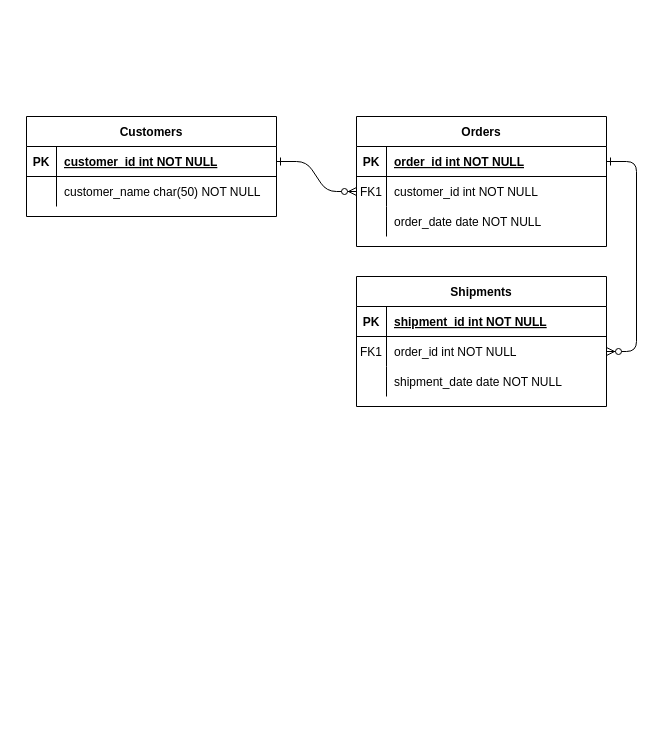
This is lighthousebnb.drawio from jkadman/SQL_diagrams, a draw.io file, before an edit. Source tidied: cells renumbered, new cells numbered last; positions are measured from the earlier drawing's top-left corner, leaving out a move shared by most shapes. Both pictures are drawn from the tidied source at 100%, with x=0, y=0 at pixel (26, 116).
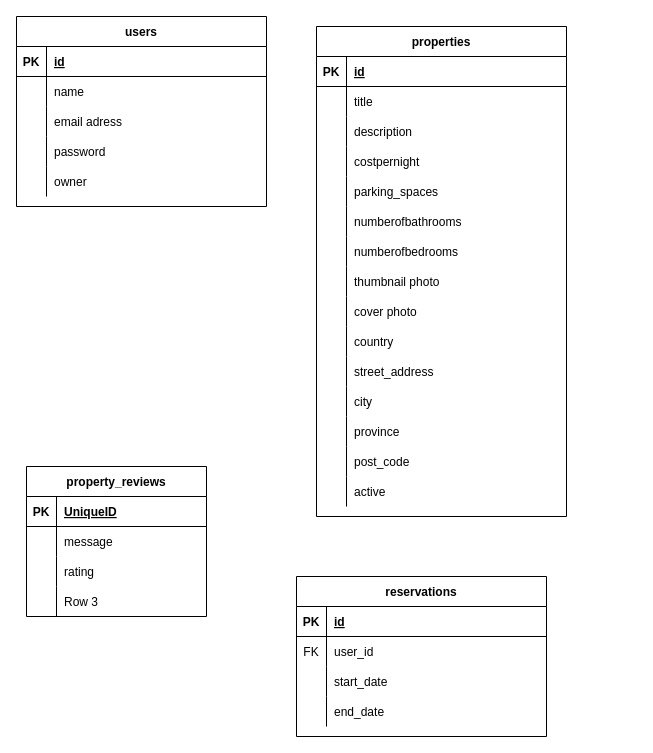
Above is the later version.

The change refers to these unchanged cells:
```xml
<mxCell id="5" style="shape=partialRectangle;fillColor=none;points=[[0,0.5],[1,0.5]];portConstraint=eastwest;top=0;left=0;right=0;bottom=1;" parent="4" vertex="1">
  <mxGeometry y="30" width="250" height="30" as="geometry" />
</mxCell>
<mxCell id="8" style="shape=partialRectangle;fillColor=none;points=[[0,0.5],[1,0.5]];portConstraint=eastwest;top=0;left=0;right=0;bottom=0;" parent="4" vertex="1">
  <mxGeometry y="60" width="250" height="30" as="geometry" />
</mxCell>
<mxCell id="11" style="shape=partialRectangle;fillColor=none;top=0;left=0;right=0;bottom=0;" parent="4" vertex="1">
  <mxGeometry y="90" width="250" height="30" as="geometry" />
</mxCell>
<mxCell id="15" style="shape=partialRectangle;fillColor=none;top=0;left=0;right=0;bottom=1;" parent="14" vertex="1">
  <mxGeometry y="30" width="250" height="30" as="geometry" />
</mxCell>
<mxCell id="25" style="shape=partialRectangle;fillColor=none;points=[[0,0.5],[1,0.5]];portConstraint=eastwest;top=0;left=0;right=0;bottom=1;" parent="24" vertex="1">
  <mxGeometry y="30" width="250" height="30" as="geometry" />
</mxCell>
```

Change to the diagram source:
```diff
@@
-    <mxCell id="2" style="edgeStyle=entityRelationEdgeStyle;endArrow=ERzeroToMany;startArrow=ERone;endFill=1;startFill=0;" parent="1" edge="1" source="25" target="8">
-      <mxGeometry relative="1" as="geometry" />
-    </mxCell>
-    <mxCell id="3" style="edgeStyle=entityRelationEdgeStyle;endArrow=ERzeroToMany;startArrow=ERone;endFill=1;startFill=0;" parent="1" edge="1" source="5" target="18">
-      <mxGeometry relative="1" as="geometry" />
-    </mxCell>
-    <mxCell id="4" value="Orders" style="shape=table;startSize=30;childLayout=tableLayout;rowLines=0;fontStyle=1;align=center;" parent="1" vertex="1">
-      <mxGeometry x="330" width="250" height="130" as="geometry" />
+    <mxCell id="4" value="properties" style="shape=table;startSize=30;childLayout=tableLayout;rowLines=0;fontStyle=1;align=center;" parent="1" vertex="1">
+      <mxGeometry x="290" y="-90" width="250" height="490" as="geometry" />
     </mxCell>
@@
-    <mxCell id="7" value="order_id int NOT NULL " style="shape=partialRectangle;overflow=hidden;fillColor=none;top=0;left=0;bottom=0;right=0;align=left;spacingLeft=6;fontStyle=5;" parent="5" vertex="1">
+    <mxCell id="7" value="id" style="shape=partialRectangle;overflow=hidden;fillColor=none;top=0;left=0;bottom=0;right=0;align=left;spacingLeft=6;fontStyle=5;" parent="5" vertex="1">
       <mxGeometry x="30" width="220" height="30" as="geometry" />
     </mxCell>
@@
-    <mxCell id="9" value="FK1" style="shape=partialRectangle;overflow=hidden;fillColor=none;top=0;left=0;bottom=0;right=0;" parent="8" vertex="1">
+    <mxCell id="9" style="shape=partialRectangle;overflow=hidden;fillColor=none;top=0;left=0;bottom=0;right=0;" parent="8" vertex="1">
       <mxGeometry width="30" height="30" as="geometry" />
     </mxCell>
-    <mxCell id="10" value="customer_id int NOT NULL" style="shape=partialRectangle;overflow=hidden;fillColor=none;top=0;left=0;bottom=0;right=0;align=left;spacingLeft=6;" parent="8" vertex="1">
+    <mxCell id="10" value="title" style="shape=partialRectangle;overflow=hidden;fillColor=none;top=0;left=0;bottom=0;right=0;align=left;spacingLeft=6;" parent="8" vertex="1">
       <mxGeometry x="30" width="220" height="30" as="geometry" />
     </mxCell>
@@
-    <mxCell id="13" value="order_date date NOT NULL" style="shape=partialRectangle;overflow=hidden;fillColor=none;top=0;left=0;bottom=0;right=0;align=left;spacingLeft=6;" parent="11" vertex="1">
+    <mxCell id="13" value="description" style="shape=partialRectangle;overflow=hidden;fillColor=none;top=0;left=0;bottom=0;right=0;align=left;spacingLeft=6;" parent="11" vertex="1">
       <mxGeometry x="30" width="220" height="30" as="geometry" />
     </mxCell>
+    <mxCell id="31" style="shape=tableRow;horizontal=0;startSize=0;swimlaneHead=0;swimlaneBody=0;fillColor=none;top=0;left=0;right=0;bottom=0;" parent="4" vertex="1">
+      <mxGeometry y="120" width="250" height="30" as="geometry" />
+    </mxCell>
+    <mxCell id="32" style="shape=partialRectangle;fillColor=none;top=0;left=0;bottom=0;right=0;overflow=hidden;" parent="31" vertex="1">
+      <mxGeometry width="30" height="30" as="geometry" />
+    </mxCell>
+    <mxCell id="33" value="costpernight" style="shape=partialRectangle;fillColor=none;top=0;left=0;bottom=0;right=0;align=left;spacingLeft=6;overflow=hidden;" parent="31" vertex="1">
+      <mxGeometry x="30" width="220" height="30" as="geometry" />
+    </mxCell>
+    <mxCell id="34" style="shape=tableRow;horizontal=0;startSize=0;swimlaneHead=0;swimlaneBody=0;fillColor=none;top=0;left=0;right=0;bottom=0;" parent="4" vertex="1">
+      <mxGeometry y="150" width="250" height="30" as="geometry" />
+    </mxCell>
+    <mxCell id="35" style="shape=partialRectangle;fillColor=none;top=0;left=0;bottom=0;right=0;overflow=hidden;" parent="34" vertex="1">
+      <mxGeometry width="30" height="30" as="geometry" />
+    </mxCell>
+    <mxCell id="36" value="parking_spaces" style="shape=partialRectangle;fillColor=none;top=0;left=0;bottom=0;right=0;align=left;spacingLeft=6;overflow=hidden;" parent="34" vertex="1">
+      <mxGeometry x="30" width="220" height="30" as="geometry" />
+    </mxCell>
+    <mxCell id="37" style="shape=tableRow;horizontal=0;startSize=0;swimlaneHead=0;swimlaneBody=0;fillColor=none;top=0;left=0;right=0;bottom=0;" parent="4" vertex="1">
+      <mxGeometry y="180" width="250" height="30" as="geometry" />
+    </mxCell>
+    <mxCell id="38" style="shape=partialRectangle;fillColor=none;top=0;left=0;bottom=0;right=0;overflow=hidden;" parent="37" vertex="1">
+      <mxGeometry width="30" height="30" as="geometry" />
+    </mxCell>
+    <mxCell id="39" value="numberofbathrooms" style="shape=partialRectangle;fillColor=none;top=0;left=0;bottom=0;right=0;align=left;spacingLeft=6;overflow=hidden;" parent="37" vertex="1">
+      <mxGeometry x="30" width="220" height="30" as="geometry" />
+    </mxCell>
+    <mxCell id="40" style="shape=tableRow;horizontal=0;startSize=0;swimlaneHead=0;swimlaneBody=0;fillColor=none;top=0;left=0;right=0;bottom=0;" parent="4" vertex="1">
+      <mxGeometry y="210" width="250" height="30" as="geometry" />
+    </mxCell>
+    <mxCell id="41" style="shape=partialRectangle;fillColor=none;top=0;left=0;bottom=0;right=0;overflow=hidden;" parent="40" vertex="1">
+      <mxGeometry width="30" height="30" as="geometry" />
+    </mxCell>
+    <mxCell id="42" value="numberofbedrooms" style="shape=partialRectangle;fillColor=none;top=0;left=0;bottom=0;right=0;align=left;spacingLeft=6;overflow=hidden;" parent="40" vertex="1">
+      <mxGeometry x="30" width="220" height="30" as="geometry" />
+    </mxCell>
+    <mxCell id="43" style="shape=tableRow;horizontal=0;startSize=0;swimlaneHead=0;swimlaneBody=0;fillColor=none;top=0;left=0;right=0;bottom=0;" parent="4" vertex="1">
+      <mxGeometry y="240" width="250" height="30" as="geometry" />
+    </mxCell>
+    <mxCell id="44" style="shape=partialRectangle;fillColor=none;top=0;left=0;bottom=0;right=0;overflow=hidden;" parent="43" vertex="1">
+      <mxGeometry width="30" height="30" as="geometry" />
+    </mxCell>
+    <mxCell id="45" value="thumbnail photo" style="shape=partialRectangle;fillColor=none;top=0;left=0;bottom=0;right=0;align=left;spacingLeft=6;overflow=hidden;" parent="43" vertex="1">
+      <mxGeometry x="30" width="220" height="30" as="geometry" />
+    </mxCell>
+    <mxCell id="46" style="shape=tableRow;horizontal=0;startSize=0;swimlaneHead=0;swimlaneBody=0;fillColor=none;top=0;left=0;right=0;bottom=0;" parent="4" vertex="1">
+      <mxGeometry y="270" width="250" height="30" as="geometry" />
+    </mxCell>
+    <mxCell id="47" style="shape=partialRectangle;fillColor=none;top=0;left=0;bottom=0;right=0;overflow=hidden;" parent="46" vertex="1">
+      <mxGeometry width="30" height="30" as="geometry" />
+    </mxCell>
+    <mxCell id="48" value="cover photo" style="shape=partialRectangle;fillColor=none;top=0;left=0;bottom=0;right=0;align=left;spacingLeft=6;overflow=hidden;" parent="46" vertex="1">
+      <mxGeometry x="30" width="220" height="30" as="geometry" />
+    </mxCell>
+    <mxCell id="49" style="shape=tableRow;horizontal=0;startSize=0;swimlaneHead=0;swimlaneBody=0;fillColor=none;top=0;left=0;right=0;bottom=0;" parent="4" vertex="1">
+      <mxGeometry y="300" width="250" height="30" as="geometry" />
+    </mxCell>
+    <mxCell id="50" style="shape=partialRectangle;fillColor=none;top=0;left=0;bottom=0;right=0;overflow=hidden;" parent="49" vertex="1">
+      <mxGeometry width="30" height="30" as="geometry" />
+    </mxCell>
+    <mxCell id="51" value="country" style="shape=partialRectangle;fillColor=none;top=0;left=0;bottom=0;right=0;align=left;spacingLeft=6;overflow=hidden;" parent="49" vertex="1">
+      <mxGeometry x="30" width="220" height="30" as="geometry" />
+    </mxCell>
+    <mxCell id="52" style="shape=tableRow;horizontal=0;startSize=0;swimlaneHead=0;swimlaneBody=0;fillColor=none;top=0;left=0;right=0;bottom=0;" parent="4" vertex="1">
+      <mxGeometry y="330" width="250" height="30" as="geometry" />
+    </mxCell>
+    <mxCell id="53" style="shape=partialRectangle;fillColor=none;top=0;left=0;bottom=0;right=0;overflow=hidden;" parent="52" vertex="1">
+      <mxGeometry width="30" height="30" as="geometry" />
+    </mxCell>
+    <mxCell id="54" value="street_address" style="shape=partialRectangle;fillColor=none;top=0;left=0;bottom=0;right=0;align=left;spacingLeft=6;overflow=hidden;" parent="52" vertex="1">
+      <mxGeometry x="30" width="220" height="30" as="geometry" />
+    </mxCell>
+    <mxCell id="55" style="shape=tableRow;horizontal=0;startSize=0;swimlaneHead=0;swimlaneBody=0;fillColor=none;top=0;left=0;right=0;bottom=0;" parent="4" vertex="1">
+      <mxGeometry y="360" width="250" height="30" as="geometry" />
+    </mxCell>
+    <mxCell id="56" style="shape=partialRectangle;fillColor=none;top=0;left=0;bottom=0;right=0;overflow=hidden;" parent="55" vertex="1">
+      <mxGeometry width="30" height="30" as="geometry" />
+    </mxCell>
+    <mxCell id="57" value="city" style="shape=partialRectangle;fillColor=none;top=0;left=0;bottom=0;right=0;align=left;spacingLeft=6;overflow=hidden;" parent="55" vertex="1">
+      <mxGeometry x="30" width="220" height="30" as="geometry" />
+    </mxCell>
+    <mxCell id="58" style="shape=tableRow;horizontal=0;startSize=0;swimlaneHead=0;swimlaneBody=0;fillColor=none;top=0;left=0;right=0;bottom=0;" parent="4" vertex="1">
+      <mxGeometry y="390" width="250" height="30" as="geometry" />
+    </mxCell>
+    <mxCell id="59" style="shape=partialRectangle;fillColor=none;top=0;left=0;bottom=0;right=0;overflow=hidden;" parent="58" vertex="1">
+      <mxGeometry width="30" height="30" as="geometry" />
+    </mxCell>
+    <mxCell id="60" value="province" style="shape=partialRectangle;fillColor=none;top=0;left=0;bottom=0;right=0;align=left;spacingLeft=6;overflow=hidden;" parent="58" vertex="1">
+      <mxGeometry x="30" width="220" height="30" as="geometry" />
+    </mxCell>
+    <mxCell id="61" style="shape=tableRow;horizontal=0;startSize=0;swimlaneHead=0;swimlaneBody=0;fillColor=none;top=0;left=0;right=0;bottom=0;" parent="4" vertex="1">
+      <mxGeometry y="420" width="250" height="30" as="geometry" />
+    </mxCell>
+    <mxCell id="62" style="shape=partialRectangle;fillColor=none;top=0;left=0;bottom=0;right=0;overflow=hidden;" parent="61" vertex="1">
+      <mxGeometry width="30" height="30" as="geometry" />
+    </mxCell>
+    <mxCell id="63" value="post_code" style="shape=partialRectangle;fillColor=none;top=0;left=0;bottom=0;right=0;align=left;spacingLeft=6;overflow=hidden;" parent="61" vertex="1">
+      <mxGeometry x="30" width="220" height="30" as="geometry" />
+    </mxCell>
+    <mxCell id="64" style="shape=tableRow;horizontal=0;startSize=0;swimlaneHead=0;swimlaneBody=0;fillColor=none;top=0;left=0;right=0;bottom=0;" parent="4" vertex="1">
+      <mxGeometry y="450" width="250" height="30" as="geometry" />
+    </mxCell>
+    <mxCell id="65" style="shape=partialRectangle;fillColor=none;top=0;left=0;bottom=0;right=0;overflow=hidden;" parent="64" vertex="1">
+      <mxGeometry width="30" height="30" as="geometry" />
+    </mxCell>
+    <mxCell id="66" value="active" style="shape=partialRectangle;fillColor=none;top=0;left=0;bottom=0;right=0;align=left;spacingLeft=6;overflow=hidden;" parent="64" vertex="1">
+      <mxGeometry x="30" width="220" height="30" as="geometry" />
+    </mxCell>
-    <mxCell id="14" value="Shipments" style="shape=table;startSize=30;childLayout=tableLayout;rowLines=0;fontStyle=1;align=center;" parent="1" vertex="1">
-      <mxGeometry x="330" y="160" width="250" height="130" as="geometry" />
+    <mxCell id="14" value="reservations" style="shape=table;startSize=30;childLayout=tableLayout;rowLines=0;fontStyle=1;align=center;" parent="1" vertex="1">
+      <mxGeometry x="270" y="460" width="250" height="160" as="geometry" />
     </mxCell>
@@
-    <mxCell id="17" value="shipment_id int NOT NULL " style="shape=partialRectangle;overflow=hidden;fillColor=none;top=0;left=0;bottom=0;right=0;align=left;spacingLeft=6;fontStyle=5;" parent="15" vertex="1">
+    <mxCell id="17" value="id" style="shape=partialRectangle;overflow=hidden;fillColor=none;top=0;left=0;bottom=0;right=0;align=left;spacingLeft=6;fontStyle=5;" parent="15" vertex="1">
       <mxGeometry x="30" width="220" height="30" as="geometry" />
     </mxCell>
+    <mxCell id="67" style="shape=tableRow;horizontal=0;startSize=0;swimlaneHead=0;swimlaneBody=0;fillColor=none;top=0;left=0;right=0;bottom=0;" parent="14" vertex="1">
+      <mxGeometry y="60" width="250" height="30" as="geometry" />
+    </mxCell>
+    <mxCell id="68" value="FK" style="shape=partialRectangle;fillColor=none;top=0;left=0;bottom=0;right=0;fontStyle=0;overflow=hidden;" parent="67" vertex="1">
+      <mxGeometry width="30" height="30" as="geometry" />
+    </mxCell>
+    <mxCell id="69" value="user_id" style="shape=partialRectangle;fillColor=none;top=0;left=0;bottom=0;right=0;align=left;spacingLeft=6;fontStyle=0;overflow=hidden;" parent="67" vertex="1">
+      <mxGeometry x="30" width="220" height="30" as="geometry" />
+    </mxCell>
     <mxCell id="18" style="shape=partialRectangle;fillColor=none;points=[[0,0.5],[1,0.5]];portConstraint=eastwest;top=0;left=0;right=0;bottom=0;" parent="14" vertex="1">
-      <mxGeometry y="60" width="250" height="30" as="geometry" />
+      <mxGeometry y="90" width="250" height="30" as="geometry" />
     </mxCell>
-    <mxCell id="19" value="FK1" style="shape=partialRectangle;overflow=hidden;fillColor=none;top=0;left=0;bottom=0;right=0;" parent="18" vertex="1">
+    <mxCell id="19" style="shape=partialRectangle;overflow=hidden;fillColor=none;top=0;left=0;bottom=0;right=0;" parent="18" vertex="1">
       <mxGeometry width="30" height="30" as="geometry" />
     </mxCell>
-    <mxCell id="20" value="order_id int NOT NULL" style="shape=partialRectangle;overflow=hidden;fillColor=none;top=0;left=0;bottom=0;right=0;align=left;spacingLeft=6;" parent="18" vertex="1">
+    <mxCell id="20" value="start_date" style="shape=partialRectangle;overflow=hidden;fillColor=none;top=0;left=0;bottom=0;right=0;align=left;spacingLeft=6;" parent="18" vertex="1">
       <mxGeometry x="30" width="220" height="30" as="geometry" />
     </mxCell>
     <mxCell id="21" style="shape=partialRectangle;fillColor=none;top=0;left=0;right=0;bottom=0;" parent="14" vertex="1">
-      <mxGeometry y="90" width="250" height="30" as="geometry" />
+      <mxGeometry y="120" width="250" height="30" as="geometry" />
     </mxCell>
@@
-    <mxCell id="23" value="shipment_date date NOT NULL" style="shape=partialRectangle;overflow=hidden;fillColor=none;top=0;left=0;bottom=0;right=0;align=left;spacingLeft=6;" parent="21" vertex="1">
+    <mxCell id="23" value="end_date" style="shape=partialRectangle;overflow=hidden;fillColor=none;top=0;left=0;bottom=0;right=0;align=left;spacingLeft=6;" parent="21" vertex="1">
       <mxGeometry x="30" width="220" height="30" as="geometry" />
     </mxCell>
-    <mxCell id="24" value="Customers" style="shape=table;startSize=30;childLayout=tableLayout;rowLines=0;fontStyle=1;align=center;" parent="1" vertex="1">
-      <mxGeometry width="250" height="100" as="geometry" />
+    <mxCell id="24" value="users" style="shape=table;startSize=30;childLayout=tableLayout;rowLines=0;fontStyle=1;align=center;" parent="1" vertex="1">
+      <mxGeometry x="-10" y="-100" width="250" height="190" as="geometry" />
     </mxCell>
@@
-    <mxCell id="27" value="customer_id int NOT NULL " style="shape=partialRectangle;overflow=hidden;fillColor=none;top=0;left=0;bottom=0;right=0;align=left;spacingLeft=6;fontStyle=5;" parent="25" vertex="1">
+    <mxCell id="27" value="id" style="shape=partialRectangle;overflow=hidden;fillColor=none;top=0;left=0;bottom=0;right=0;align=left;spacingLeft=6;fontStyle=5;" parent="25" vertex="1">
       <mxGeometry x="30" width="220" height="30" as="geometry" />
     </mxCell>
+    <mxCell id="70" style="shape=tableRow;horizontal=0;startSize=0;swimlaneHead=0;swimlaneBody=0;fillColor=none;top=0;left=0;right=0;bottom=0;" parent="24" vertex="1">
+      <mxGeometry y="60" width="250" height="30" as="geometry" />
+    </mxCell>
+    <mxCell id="71" style="shape=partialRectangle;fillColor=none;top=0;left=0;bottom=0;right=0;overflow=hidden;" parent="70" vertex="1">
+      <mxGeometry width="30" height="30" as="geometry" />
+    </mxCell>
+    <mxCell id="72" value="name" style="shape=partialRectangle;fillColor=none;top=0;left=0;bottom=0;right=0;align=left;spacingLeft=6;overflow=hidden;" parent="70" vertex="1">
+      <mxGeometry x="30" width="220" height="30" as="geometry" />
+    </mxCell>
     <mxCell id="28" style="shape=partialRectangle;fillColor=none;top=0;left=0;right=0;bottom=0;" parent="24" vertex="1">
-      <mxGeometry y="60" width="250" height="30" as="geometry" />
+      <mxGeometry y="90" width="250" height="30" as="geometry" />
     </mxCell>
@@
-    <mxCell id="30" value="customer_name char(50) NOT NULL" style="shape=partialRectangle;overflow=hidden;fillColor=none;top=0;left=0;bottom=0;right=0;align=left;spacingLeft=6;" parent="28" vertex="1">
+    <mxCell id="30" value="email adress" style="shape=partialRectangle;overflow=hidden;fillColor=none;top=0;left=0;bottom=0;right=0;align=left;spacingLeft=6;" parent="28" vertex="1">
       <mxGeometry x="30" width="220" height="30" as="geometry" />
     </mxCell>
+    <mxCell id="73" style="shape=tableRow;horizontal=0;startSize=0;swimlaneHead=0;swimlaneBody=0;fillColor=none;top=0;left=0;right=0;bottom=0;" parent="24" vertex="1">
+      <mxGeometry y="120" width="250" height="30" as="geometry" />
+    </mxCell>
+    <mxCell id="74" style="shape=partialRectangle;fillColor=none;top=0;left=0;bottom=0;right=0;overflow=hidden;" parent="73" vertex="1">
+      <mxGeometry width="30" height="30" as="geometry" />
+    </mxCell>
+    <mxCell id="75" value="password" style="shape=partialRectangle;fillColor=none;top=0;left=0;bottom=0;right=0;align=left;spacingLeft=6;overflow=hidden;" parent="73" vertex="1">
+      <mxGeometry x="30" width="220" height="30" as="geometry" />
+    </mxCell>
+    <mxCell id="76" style="shape=tableRow;horizontal=0;startSize=0;swimlaneHead=0;swimlaneBody=0;fillColor=none;top=0;left=0;right=0;bottom=0;" parent="24" vertex="1">
+      <mxGeometry y="150" width="250" height="30" as="geometry" />
+    </mxCell>
+    <mxCell id="77" style="shape=partialRectangle;fillColor=none;top=0;left=0;bottom=0;right=0;overflow=hidden;" parent="76" vertex="1">
+      <mxGeometry width="30" height="30" as="geometry" />
+    </mxCell>
+    <mxCell id="78" value="owner" style="shape=partialRectangle;fillColor=none;top=0;left=0;bottom=0;right=0;align=left;spacingLeft=6;overflow=hidden;" parent="76" vertex="1">
+      <mxGeometry x="30" width="220" height="30" as="geometry" />
+    </mxCell>
+    <mxCell id="79" value="property_reviews" style="shape=table;startSize=30;childLayout=tableLayout;rowLines=0;fontStyle=1;align=center;" parent="1" vertex="1">
+      <mxGeometry y="350" width="180" height="150" as="geometry" />
+    </mxCell>
+    <mxCell id="80" style="shape=tableRow;horizontal=0;startSize=0;swimlaneHead=0;swimlaneBody=0;fillColor=none;top=0;left=0;right=0;bottom=1;" parent="79" vertex="1">
+      <mxGeometry y="30" width="180" height="30" as="geometry" />
+    </mxCell>
+    <mxCell id="81" value="PK" style="shape=partialRectangle;fillColor=none;top=0;left=0;bottom=0;right=0;fontStyle=1;overflow=hidden;" parent="80" vertex="1">
+      <mxGeometry width="30" height="30" as="geometry" />
+    </mxCell>
+    <mxCell id="82" value="UniqueID" style="shape=partialRectangle;fillColor=none;top=0;left=0;bottom=0;right=0;align=left;spacingLeft=6;fontStyle=5;overflow=hidden;" parent="80" vertex="1">
+      <mxGeometry x="30" width="150" height="30" as="geometry" />
+    </mxCell>
+    <mxCell id="83" style="shape=tableRow;horizontal=0;startSize=0;swimlaneHead=0;swimlaneBody=0;fillColor=none;top=0;left=0;right=0;bottom=0;" parent="79" vertex="1">
+      <mxGeometry y="60" width="180" height="30" as="geometry" />
+    </mxCell>
+    <mxCell id="84" style="shape=partialRectangle;fillColor=none;top=0;left=0;bottom=0;right=0;overflow=hidden;" parent="83" vertex="1">
+      <mxGeometry width="30" height="30" as="geometry" />
+    </mxCell>
+    <mxCell id="85" value="message" style="shape=partialRectangle;fillColor=none;top=0;left=0;bottom=0;right=0;align=left;spacingLeft=6;overflow=hidden;" parent="83" vertex="1">
+      <mxGeometry x="30" width="150" height="30" as="geometry" />
+    </mxCell>
+    <mxCell id="86" style="shape=tableRow;horizontal=0;startSize=0;swimlaneHead=0;swimlaneBody=0;fillColor=none;top=0;left=0;right=0;bottom=0;" parent="79" vertex="1">
+      <mxGeometry y="90" width="180" height="30" as="geometry" />
+    </mxCell>
+    <mxCell id="87" style="shape=partialRectangle;fillColor=none;top=0;left=0;bottom=0;right=0;overflow=hidden;" parent="86" vertex="1">
+      <mxGeometry width="30" height="30" as="geometry" />
+    </mxCell>
+    <mxCell id="88" value="rating" style="shape=partialRectangle;fillColor=none;top=0;left=0;bottom=0;right=0;align=left;spacingLeft=6;overflow=hidden;" parent="86" vertex="1">
+      <mxGeometry x="30" width="150" height="30" as="geometry" />
+    </mxCell>
+    <mxCell id="89" style="shape=tableRow;horizontal=0;startSize=0;swimlaneHead=0;swimlaneBody=0;fillColor=none;top=0;left=0;right=0;bottom=0;" parent="79" vertex="1">
+      <mxGeometry y="120" width="180" height="30" as="geometry" />
+    </mxCell>
+    <mxCell id="90" style="shape=partialRectangle;fillColor=none;top=0;left=0;bottom=0;right=0;overflow=hidden;" parent="89" vertex="1">
+      <mxGeometry width="30" height="30" as="geometry" />
+    </mxCell>
+    <mxCell id="91" value="Row 3" style="shape=partialRectangle;fillColor=none;top=0;left=0;bottom=0;right=0;align=left;spacingLeft=6;overflow=hidden;" parent="89" vertex="1">
+      <mxGeometry x="30" width="150" height="30" as="geometry" />
+    </mxCell>
```
